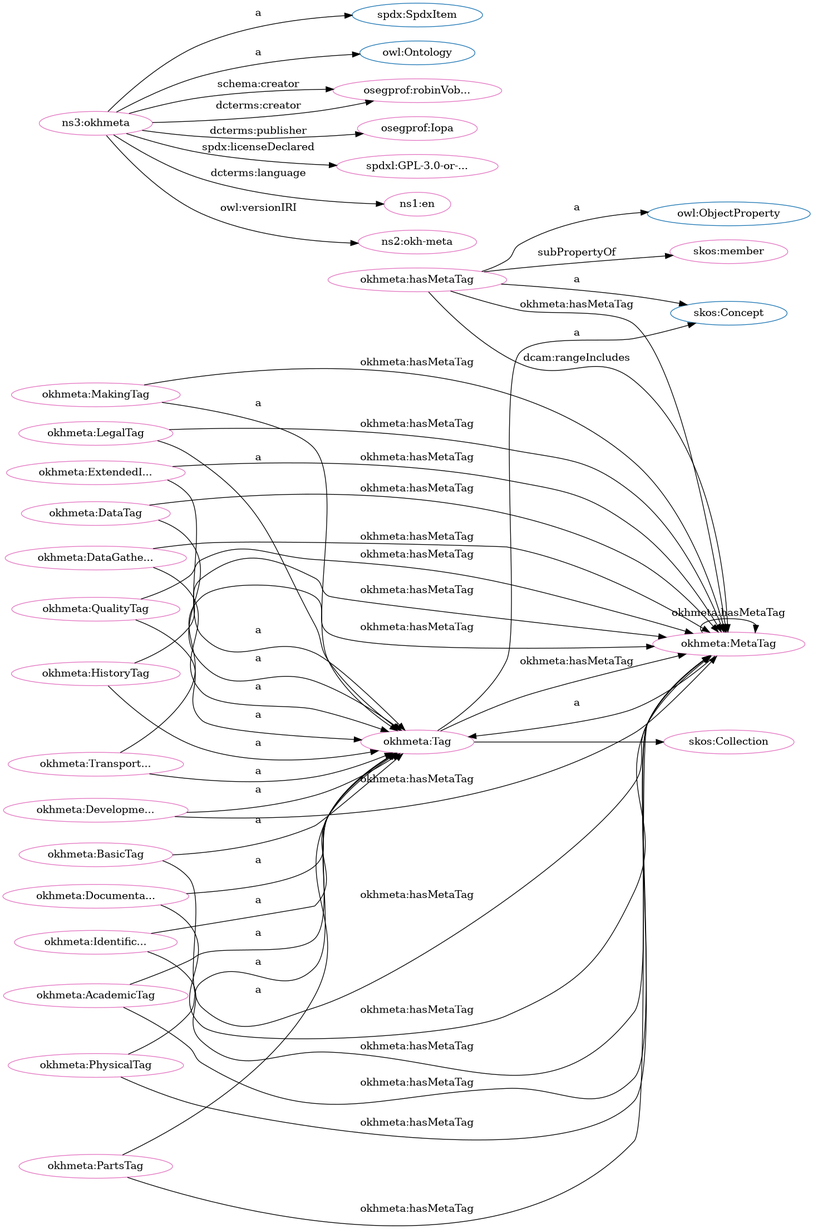
Above: src/spec/dot_okh-meta.png in iop-alliance/OpenKnowHow (Graphviz), before the change. Its source is kept beside it as src/spec/dot_okh-meta.dot.
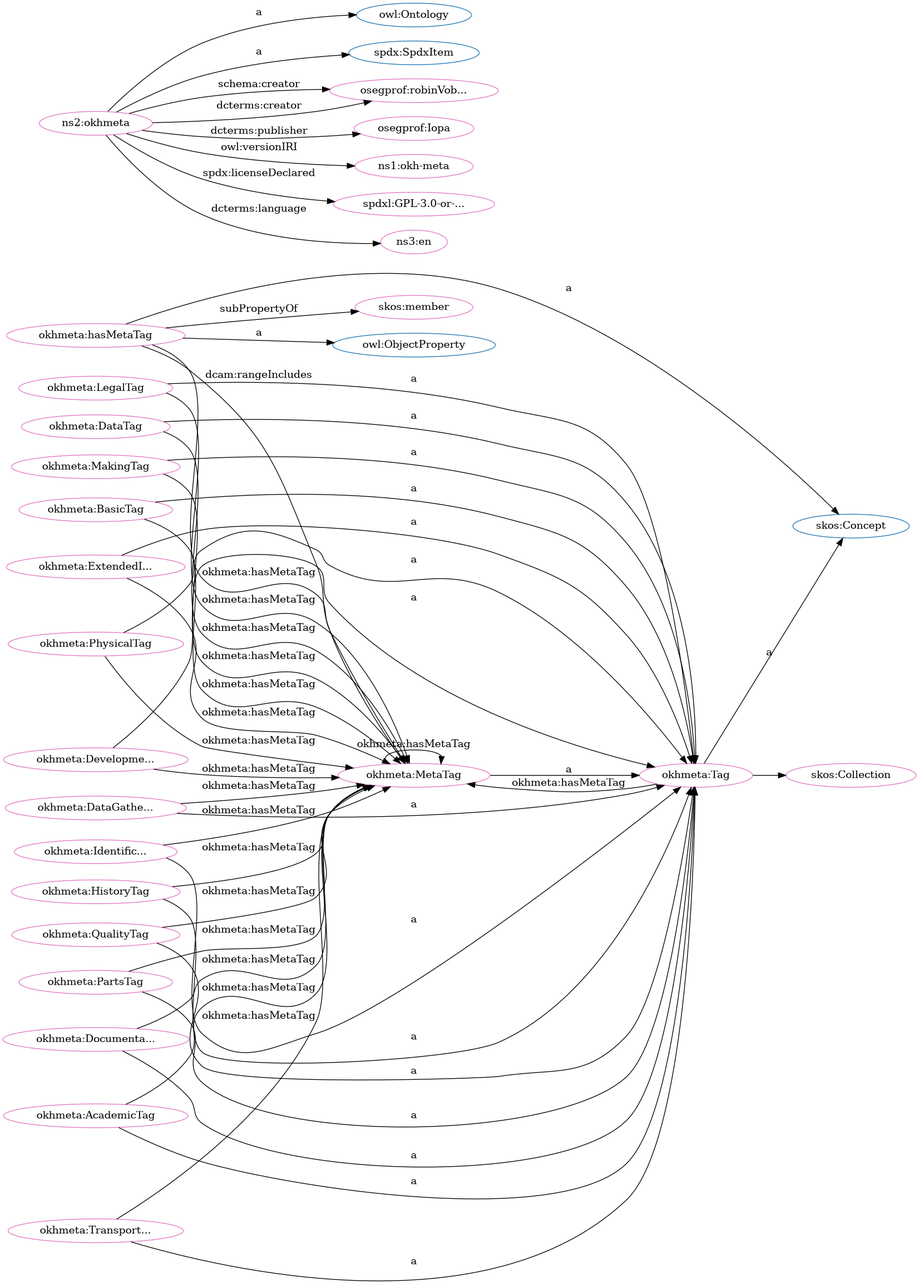
After the change.

Diff of the diagram source:
```diff
@@ -1,84 +1,84 @@
 digraph G {
   rankdir=BT
   node[height=.3]
+"http://www.w3.org/2002/07/owl#ObjectProperty" [fillcolor="#1f77b4" color="#1f77b4" label="owl:ObjectProperty"]
+"http://www.w3.org/2002/07/owl#Ontology" [fillcolor="#1f77b4" color="#1f77b4" label="owl:Ontology"]
+"http://w3id.org/oseg/ont/okhmeta#Tag" [fillcolor="#1f77b4" color="#1f77b4" label="okhmeta:Tag"]
 "http://www.w3.org/2004/02/skos/core#Collection" [fillcolor="#1f77b4" color="#1f77b4" label="skos:Collection"]
+"http://www.w3.org/2004/02/skos/core#Concept" [fillcolor="#1f77b4" color="#1f77b4" label="skos:Concept"]
 "http://spdx.org/rdf/terms#SpdxItem" [fillcolor="#1f77b4" color="#1f77b4" label="spdx:SpdxItem"]
-"http://www.w3.org/2002/07/owl#ObjectProperty" [fillcolor="#1f77b4" color="#1f77b4" label="owl:ObjectProperty"]
-"http://www.w3.org/2004/02/skos/core#Concept" [fillcolor="#1f77b4" color="#1f77b4" label="skos:Concept"]
-"http://w3id.org/oseg/ont/okhmeta#Tag" [fillcolor="#1f77b4" color="#1f77b4" label="okhmeta:Tag"]
-"http://www.w3.org/2002/07/owl#Ontology" [fillcolor="#1f77b4" color="#1f77b4" label="owl:Ontology"]
+"http://w3id.org/oseg/ont/okhmeta#DataGatheringTag" [fillcolor="#e377c2" color="#e377c2" label="okhmeta:DataGathe..."]
+"http://w3id.org/oseg/ont/oseg-profiles#robinVobruba" [fillcolor="#e377c2" color="#e377c2" label="osegprof:robinVob..."]
+"http://w3id.org/oseg/ont/okhmeta#TransportationTag" [fillcolor="#e377c2" color="#e377c2" label="okhmeta:Transport..."]
 "http://w3id.org/oseg/ont/okhmeta#MetaTag" [fillcolor="#e377c2" color="#e377c2" label="okhmeta:MetaTag"]
-"http://w3id.org/oseg/ont/oseg-profiles#robinVobruba" [fillcolor="#e377c2" color="#e377c2" label="osegprof:robinVob..."]
-"http://w3id.org/oseg/ont/okhmeta#DataGatheringTag" [fillcolor="#e377c2" color="#e377c2" label="okhmeta:DataGathe..."]
+"http://w3id.org/oseg/ont/okhmeta#ExtendedInfoTag" [fillcolor="#e377c2" color="#e377c2" label="okhmeta:ExtendedI..."]
+"http://w3id.org/oseg/ont/okhmeta#QualityTag" [fillcolor="#e377c2" color="#e377c2" label="okhmeta:QualityTag"]
+"http://w3id.org/oseg/ont/okhmeta#DataTag" [fillcolor="#e377c2" color="#e377c2" label="okhmeta:DataTag"]
 "http://w3id.org/oseg/ont/okhmeta#Tag" [fillcolor="#e377c2" color="#e377c2" label="okhmeta:Tag"]
+"http://w3id.org/oseg/ont/okhmeta#BasicTag" [fillcolor="#e377c2" color="#e377c2" label="okhmeta:BasicTag"]
+"http://w3id.org/oseg/ont/okhmeta#DevelopmentTag" [fillcolor="#e377c2" color="#e377c2" label="okhmeta:Developme..."]
 "http://w3id.org/oseg/ont/oseg-profiles#Iopa" [fillcolor="#e377c2" color="#e377c2" label="osegprof:Iopa"]
+"http://w3id.org/oseg/ont/1.1.0/okh-meta" [fillcolor="#e377c2" color="#e377c2" label="ns1:okh-meta"]
+"http://w3id.org/oseg/ont/okhmeta#MakingTag" [fillcolor="#e377c2" color="#e377c2" label="okhmeta:MakingTag"]
+"http://w3id.org/oseg/ont/okhmeta#hasMetaTag" [fillcolor="#e377c2" color="#e377c2" label="okhmeta:hasMetaTag"]
+"http://w3id.org/oseg/ont/okhmeta" [fillcolor="#e377c2" color="#e377c2" label="ns2:okhmeta"]
+"http://spdx.org/licenses/GPL-3.0-or-later" [fillcolor="#e377c2" color="#e377c2" label="spdxl:GPL-3.0-or-..."]
 "http://w3id.org/oseg/ont/okhmeta#AcademicTag" [fillcolor="#e377c2" color="#e377c2" label="okhmeta:AcademicTag"]
+"http://w3id.org/oseg/ont/okhmeta#IdentificationTag" [fillcolor="#e377c2" color="#e377c2" label="okhmeta:Identific..."]
+"http://w3id.org/oseg/ont/okhmeta#LegalTag" [fillcolor="#e377c2" color="#e377c2" label="okhmeta:LegalTag"]
+"http://w3id.org/oseg/ont/okhmeta#HistoryTag" [fillcolor="#e377c2" color="#e377c2" label="okhmeta:HistoryTag"]
+"http://w3id.org/oseg/ont/okhmeta#PartsTag" [fillcolor="#e377c2" color="#e377c2" label="okhmeta:PartsTag"]
+"http://www.w3.org/2004/02/skos/core#member" [fillcolor="#e377c2" color="#e377c2" label="skos:member"]
+"http://id.loc.gov/vocabulary/iso639-1/en" [fillcolor="#e377c2" color="#e377c2" label="ns3:en"]
+"http://w3id.org/oseg/ont/okhmeta#DocumentationTag" [fillcolor="#e377c2" color="#e377c2" label="okhmeta:Documenta..."]
 "http://www.w3.org/2004/02/skos/core#Collection" [fillcolor="#e377c2" color="#e377c2" label="skos:Collection"]
-"http://w3id.org/oseg/ont/okhmeta#MakingTag" [fillcolor="#e377c2" color="#e377c2" label="okhmeta:MakingTag"]
-"http://w3id.org/oseg/ont/okhmeta#BasicTag" [fillcolor="#e377c2" color="#e377c2" label="okhmeta:BasicTag"]
-"http://w3id.org/oseg/ont/okhmeta#IdentificationTag" [fillcolor="#e377c2" color="#e377c2" label="okhmeta:Identific..."]
-"http://spdx.org/licenses/GPL-3.0-or-later" [fillcolor="#e377c2" color="#e377c2" label="spdxl:GPL-3.0-or-..."]
-"http://www.w3.org/2004/02/skos/core#member" [fillcolor="#e377c2" color="#e377c2" label="skos:member"]
-"http://id.loc.gov/vocabulary/iso639-1/en" [fillcolor="#e377c2" color="#e377c2" label="ns1:en"]
-"http://w3id.org/oseg/ont/okhmeta#LegalTag" [fillcolor="#e377c2" color="#e377c2" label="okhmeta:LegalTag"]
-"http://w3id.org/oseg/ont/okhmeta#ExtendedInfoTag" [fillcolor="#e377c2" color="#e377c2" label="okhmeta:ExtendedI..."]
-"http://w3id.org/oseg/ont/okhmeta#hasMetaTag" [fillcolor="#e377c2" color="#e377c2" label="okhmeta:hasMetaTag"]
-"http://w3id.org/oseg/ont/okhmeta#DevelopmentTag" [fillcolor="#e377c2" color="#e377c2" label="okhmeta:Developme..."]
-"http://w3id.org/oseg/ont/1.1.0/okh-meta" [fillcolor="#e377c2" color="#e377c2" label="ns2:okh-meta"]
-"http://w3id.org/oseg/ont/okhmeta#PartsTag" [fillcolor="#e377c2" color="#e377c2" label="okhmeta:PartsTag"]
-"http://w3id.org/oseg/ont/okhmeta#HistoryTag" [fillcolor="#e377c2" color="#e377c2" label="okhmeta:HistoryTag"]
 "http://w3id.org/oseg/ont/okhmeta#PhysicalTag" [fillcolor="#e377c2" color="#e377c2" label="okhmeta:PhysicalTag"]
-"http://w3id.org/oseg/ont/okhmeta#TransportationTag" [fillcolor="#e377c2" color="#e377c2" label="okhmeta:Transport..."]
-"http://w3id.org/oseg/ont/okhmeta#DocumentationTag" [fillcolor="#e377c2" color="#e377c2" label="okhmeta:Documenta..."]
-"http://w3id.org/oseg/ont/okhmeta#QualityTag" [fillcolor="#e377c2" color="#e377c2" label="okhmeta:QualityTag"]
-"http://w3id.org/oseg/ont/okhmeta" [fillcolor="#e377c2" color="#e377c2" label="ns3:okhmeta"]
-"http://w3id.org/oseg/ont/okhmeta#DataTag" [fillcolor="#e377c2" color="#e377c2" label="okhmeta:DataTag"]
+  "http://w3id.org/oseg/ont/okhmeta" -> "http://w3id.org/oseg/ont/oseg-profiles#robinVobruba" [label="schema:creator"]
+  "http://w3id.org/oseg/ont/okhmeta#TransportationTag" -> "http://w3id.org/oseg/ont/okhmeta#Tag" [label="a"]
+  "http://w3id.org/oseg/ont/okhmeta#LegalTag" -> "http://w3id.org/oseg/ont/okhmeta#MetaTag" [label="okhmeta:hasMetaTag"]
+  "http://w3id.org/oseg/ont/okhmeta#DataTag" -> "http://w3id.org/oseg/ont/okhmeta#MetaTag" [label="okhmeta:hasMetaTag"]
+  "http://w3id.org/oseg/ont/okhmeta#ExtendedInfoTag" -> "http://w3id.org/oseg/ont/okhmeta#Tag" [label="a"]
+  "http://w3id.org/oseg/ont/okhmeta#QualityTag" -> "http://w3id.org/oseg/ont/okhmeta#Tag" [label="a"]
+  "http://w3id.org/oseg/ont/okhmeta#DataTag" -> "http://w3id.org/oseg/ont/okhmeta#Tag" [label="a"]
+  "http://w3id.org/oseg/ont/okhmeta#HistoryTag" -> "http://w3id.org/oseg/ont/okhmeta#MetaTag" [label="okhmeta:hasMetaTag"]
+  "http://w3id.org/oseg/ont/okhmeta#hasMetaTag" -> "http://w3id.org/oseg/ont/okhmeta#MetaTag" [label="dcam:rangeIncludes"]
+  "http://w3id.org/oseg/ont/okhmeta" -> "http://w3id.org/oseg/ont/oseg-profiles#robinVobruba" [label="dcterms:creator"]
+  "http://w3id.org/oseg/ont/okhmeta" -> "http://w3id.org/oseg/ont/1.1.0/okh-meta" [label="owl:versionIRI"]
+  "http://w3id.org/oseg/ont/okhmeta#MakingTag" -> "http://w3id.org/oseg/ont/okhmeta#Tag" [label="a"]
+  "http://w3id.org/oseg/ont/okhmeta#hasMetaTag" -> "http://www.w3.org/2002/07/owl#ObjectProperty" [label="a"]
+  "http://w3id.org/oseg/ont/okhmeta#DataGatheringTag" -> "http://w3id.org/oseg/ont/okhmeta#MetaTag" [label="okhmeta:hasMetaTag"]
+  "http://w3id.org/oseg/ont/okhmeta#hasMetaTag" -> "http://www.w3.org/2004/02/skos/core#Concept" [label="a"]
+  "http://w3id.org/oseg/ont/okhmeta#LegalTag" -> "http://w3id.org/oseg/ont/okhmeta#Tag" [label="a"]
+  "http://w3id.org/oseg/ont/okhmeta" -> "http://spdx.org/rdf/terms#SpdxItem" [label="a"]
+  "http://w3id.org/oseg/ont/okhmeta#HistoryTag" -> "http://w3id.org/oseg/ont/okhmeta#Tag" [label="a"]
+  "http://w3id.org/oseg/ont/okhmeta#ExtendedInfoTag" -> "http://w3id.org/oseg/ont/okhmeta#MetaTag" [label="okhmeta:hasMetaTag"]
+  "http://w3id.org/oseg/ont/okhmeta#PartsTag" -> "http://w3id.org/oseg/ont/okhmeta#Tag" [label="a"]
+  "http://w3id.org/oseg/ont/okhmeta#hasMetaTag" -> "http://www.w3.org/2004/02/skos/core#member" [label="subPropertyOf"]
+  "http://w3id.org/oseg/ont/okhmeta" -> "http://id.loc.gov/vocabulary/iso639-1/en" [label="dcterms:language"]
+  "http://w3id.org/oseg/ont/okhmeta#DocumentationTag" -> "http://w3id.org/oseg/ont/okhmeta#Tag" [label="a"]
+  "http://w3id.org/oseg/ont/okhmeta#Tag" -> "http://www.w3.org/2004/02/skos/core#Collection" [label=""]
+  "http://w3id.org/oseg/ont/okhmeta#BasicTag" -> "http://w3id.org/oseg/ont/okhmeta#MetaTag" [label="okhmeta:hasMetaTag"]
+  "http://w3id.org/oseg/ont/okhmeta#DocumentationTag" -> "http://w3id.org/oseg/ont/okhmeta#MetaTag" [label="okhmeta:hasMetaTag"]
+  "http://w3id.org/oseg/ont/okhmeta#MakingTag" -> "http://w3id.org/oseg/ont/okhmeta#MetaTag" [label="okhmeta:hasMetaTag"]
+  "http://w3id.org/oseg/ont/okhmeta#DataGatheringTag" -> "http://w3id.org/oseg/ont/okhmeta#Tag" [label="a"]
   "http://w3id.org/oseg/ont/okhmeta#QualityTag" -> "http://w3id.org/oseg/ont/okhmeta#MetaTag" [label="okhmeta:hasMetaTag"]
   "http://w3id.org/oseg/ont/okhmeta#Tag" -> "http://www.w3.org/2004/02/skos/core#Concept" [label="a"]
+  "http://w3id.org/oseg/ont/okhmeta#Tag" -> "http://w3id.org/oseg/ont/okhmeta#MetaTag" [label="okhmeta:hasMetaTag"]
+  "http://w3id.org/oseg/ont/okhmeta#PartsTag" -> "http://w3id.org/oseg/ont/okhmeta#MetaTag" [label="okhmeta:hasMetaTag"]
+  "http://w3id.org/oseg/ont/okhmeta#DevelopmentTag" -> "http://w3id.org/oseg/ont/okhmeta#MetaTag" [label="okhmeta:hasMetaTag"]
+  "http://w3id.org/oseg/ont/okhmeta#BasicTag" -> "http://w3id.org/oseg/ont/okhmeta#Tag" [label="a"]
+  "http://w3id.org/oseg/ont/okhmeta#DevelopmentTag" -> "http://w3id.org/oseg/ont/okhmeta#Tag" [label="a"]
+  "http://w3id.org/oseg/ont/okhmeta#PhysicalTag" -> "http://w3id.org/oseg/ont/okhmeta#MetaTag" [label="okhmeta:hasMetaTag"]
+  "http://w3id.org/oseg/ont/okhmeta" -> "http://w3id.org/oseg/ont/oseg-profiles#Iopa" [label="dcterms:publisher"]
+  "http://w3id.org/oseg/ont/okhmeta#AcademicTag" -> "http://w3id.org/oseg/ont/okhmeta#MetaTag" [label="okhmeta:hasMetaTag"]
+  "http://w3id.org/oseg/ont/okhmeta" -> "http://www.w3.org/2002/07/owl#Ontology" [label="a"]
+  "http://w3id.org/oseg/ont/okhmeta#hasMetaTag" -> "http://w3id.org/oseg/ont/okhmeta#MetaTag" [label="okhmeta:hasMetaTag"]
+  "http://w3id.org/oseg/ont/okhmeta" -> "http://spdx.org/licenses/GPL-3.0-or-later" [label="spdx:licenseDeclared"]
   "http://w3id.org/oseg/ont/okhmeta#AcademicTag" -> "http://w3id.org/oseg/ont/okhmeta#Tag" [label="a"]
-  "http://w3id.org/oseg/ont/okhmeta#Tag" -> "http://www.w3.org/2004/02/skos/core#Collection" [label=""]
-  "http://w3id.org/oseg/ont/okhmeta#MakingTag" -> "http://w3id.org/oseg/ont/okhmeta#Tag" [label="a"]
-  "http://w3id.org/oseg/ont/okhmeta#hasMetaTag" -> "http://w3id.org/oseg/ont/okhmeta#MetaTag" [label="okhmeta:hasMetaTag"]
   "http://w3id.org/oseg/ont/okhmeta#IdentificationTag" -> "http://w3id.org/oseg/ont/okhmeta#Tag" [label="a"]
-  "http://w3id.org/oseg/ont/okhmeta#PhysicalTag" -> "http://w3id.org/oseg/ont/okhmeta#MetaTag" [label="okhmeta:hasMetaTag"]
-  "http://w3id.org/oseg/ont/okhmeta#hasMetaTag" -> "http://www.w3.org/2004/02/skos/core#member" [label="subPropertyOf"]
-  "http://w3id.org/oseg/ont/okhmeta#LegalTag" -> "http://w3id.org/oseg/ont/okhmeta#Tag" [label="a"]
-  "http://w3id.org/oseg/ont/okhmeta#ExtendedInfoTag" -> "http://w3id.org/oseg/ont/okhmeta#Tag" [label="a"]
-  "http://w3id.org/oseg/ont/okhmeta#hasMetaTag" -> "http://www.w3.org/2002/07/owl#ObjectProperty" [label="a"]
-  "http://w3id.org/oseg/ont/okhmeta#DevelopmentTag" -> "http://w3id.org/oseg/ont/okhmeta#Tag" [label="a"]
-  "http://w3id.org/oseg/ont/okhmeta" -> "http://w3id.org/oseg/ont/1.1.0/okh-meta" [label="owl:versionIRI"]
-  "http://w3id.org/oseg/ont/okhmeta#DataTag" -> "http://w3id.org/oseg/ont/okhmeta#MetaTag" [label="okhmeta:hasMetaTag"]
+  "http://w3id.org/oseg/ont/okhmeta#MetaTag" -> "http://w3id.org/oseg/ont/okhmeta#MetaTag" [label="okhmeta:hasMetaTag"]
+  "http://w3id.org/oseg/ont/okhmeta#IdentificationTag" -> "http://w3id.org/oseg/ont/okhmeta#MetaTag" [label="okhmeta:hasMetaTag"]
+  "http://w3id.org/oseg/ont/okhmeta#TransportationTag" -> "http://w3id.org/oseg/ont/okhmeta#MetaTag" [label="okhmeta:hasMetaTag"]
   "http://w3id.org/oseg/ont/okhmeta#MetaTag" -> "http://w3id.org/oseg/ont/okhmeta#Tag" [label="a"]
-  "http://w3id.org/oseg/ont/okhmeta#PartsTag" -> "http://w3id.org/oseg/ont/okhmeta#Tag" [label="a"]
-  "http://w3id.org/oseg/ont/okhmeta#MetaTag" -> "http://w3id.org/oseg/ont/okhmeta#MetaTag" [label="okhmeta:hasMetaTag"]
-  "http://w3id.org/oseg/ont/okhmeta#PartsTag" -> "http://w3id.org/oseg/ont/okhmeta#MetaTag" [label="okhmeta:hasMetaTag"]
-  "http://w3id.org/oseg/ont/okhmeta#TransportationTag" -> "http://w3id.org/oseg/ont/okhmeta#Tag" [label="a"]
-  "http://w3id.org/oseg/ont/okhmeta#QualityTag" -> "http://w3id.org/oseg/ont/okhmeta#Tag" [label="a"]
-  "http://w3id.org/oseg/ont/okhmeta" -> "http://spdx.org/rdf/terms#SpdxItem" [label="a"]
-  "http://w3id.org/oseg/ont/okhmeta#LegalTag" -> "http://w3id.org/oseg/ont/okhmeta#MetaTag" [label="okhmeta:hasMetaTag"]
-  "http://w3id.org/oseg/ont/okhmeta#DocumentationTag" -> "http://w3id.org/oseg/ont/okhmeta#MetaTag" [label="okhmeta:hasMetaTag"]
-  "http://w3id.org/oseg/ont/okhmeta" -> "http://w3id.org/oseg/ont/oseg-profiles#robinVobruba" [label="schema:creator"]
-  "http://w3id.org/oseg/ont/okhmeta#DataGatheringTag" -> "http://w3id.org/oseg/ont/okhmeta#Tag" [label="a"]
-  "http://w3id.org/oseg/ont/okhmeta#DevelopmentTag" -> "http://w3id.org/oseg/ont/okhmeta#MetaTag" [label="okhmeta:hasMetaTag"]
-  "http://w3id.org/oseg/ont/okhmeta#Tag" -> "http://w3id.org/oseg/ont/okhmeta#MetaTag" [label="okhmeta:hasMetaTag"]
-  "http://w3id.org/oseg/ont/okhmeta" -> "http://w3id.org/oseg/ont/oseg-profiles#Iopa" [label="dcterms:publisher"]
-  "http://w3id.org/oseg/ont/okhmeta#BasicTag" -> "http://w3id.org/oseg/ont/okhmeta#Tag" [label="a"]
-  "http://w3id.org/oseg/ont/okhmeta" -> "http://spdx.org/licenses/GPL-3.0-or-later" [label="spdx:licenseDeclared"]
-  "http://w3id.org/oseg/ont/okhmeta#BasicTag" -> "http://w3id.org/oseg/ont/okhmeta#MetaTag" [label="okhmeta:hasMetaTag"]
-  "http://w3id.org/oseg/ont/okhmeta" -> "http://id.loc.gov/vocabulary/iso639-1/en" [label="dcterms:language"]
-  "http://w3id.org/oseg/ont/okhmeta#AcademicTag" -> "http://w3id.org/oseg/ont/okhmeta#MetaTag" [label="okhmeta:hasMetaTag"]
-  "http://w3id.org/oseg/ont/okhmeta#MakingTag" -> "http://w3id.org/oseg/ont/okhmeta#MetaTag" [label="okhmeta:hasMetaTag"]
-  "http://w3id.org/oseg/ont/okhmeta#IdentificationTag" -> "http://w3id.org/oseg/ont/okhmeta#MetaTag" [label="okhmeta:hasMetaTag"]
-  "http://w3id.org/oseg/ont/okhmeta" -> "http://w3id.org/oseg/ont/oseg-profiles#robinVobruba" [label="dcterms:creator"]
-  "http://w3id.org/oseg/ont/okhmeta#ExtendedInfoTag" -> "http://w3id.org/oseg/ont/okhmeta#MetaTag" [label="okhmeta:hasMetaTag"]
-  "http://w3id.org/oseg/ont/okhmeta#hasMetaTag" -> "http://www.w3.org/2004/02/skos/core#Concept" [label="a"]
-  "http://w3id.org/oseg/ont/okhmeta#HistoryTag" -> "http://w3id.org/oseg/ont/okhmeta#Tag" [label="a"]
   "http://w3id.org/oseg/ont/okhmeta#PhysicalTag" -> "http://w3id.org/oseg/ont/okhmeta#Tag" [label="a"]
-  "http://w3id.org/oseg/ont/okhmeta#DataGatheringTag" -> "http://w3id.org/oseg/ont/okhmeta#MetaTag" [label="okhmeta:hasMetaTag"]
-  "http://w3id.org/oseg/ont/okhmeta#DocumentationTag" -> "http://w3id.org/oseg/ont/okhmeta#Tag" [label="a"]
-  "http://w3id.org/oseg/ont/okhmeta#HistoryTag" -> "http://w3id.org/oseg/ont/okhmeta#MetaTag" [label="okhmeta:hasMetaTag"]
-  "http://w3id.org/oseg/ont/okhmeta" -> "http://www.w3.org/2002/07/owl#Ontology" [label="a"]
-  "http://w3id.org/oseg/ont/okhmeta#hasMetaTag" -> "http://w3id.org/oseg/ont/okhmeta#MetaTag" [label="dcam:rangeIncludes"]
-  "http://w3id.org/oseg/ont/okhmeta#TransportationTag" -> "http://w3id.org/oseg/ont/okhmeta#MetaTag" [label="okhmeta:hasMetaTag"]
-  "http://w3id.org/oseg/ont/okhmeta#DataTag" -> "http://w3id.org/oseg/ont/okhmeta#Tag" [label="a"]
 }
```
